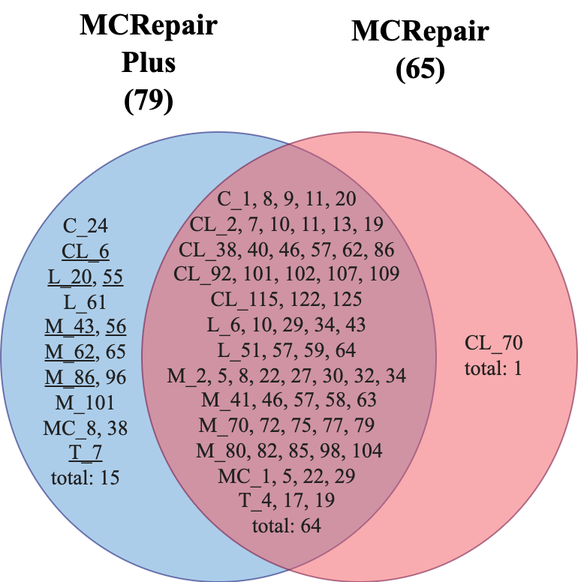
Above: figures/Figure16.png in kimjisung78/MCRepair-Plus-Plus (draw.io), before the change. Source tidied: cells renumbered, new cells last; positions are measured from the earlier drawing's top-left corner, leaving out a move shared by most shapes. The source it was exported from:
```xml
<mxGraphModel>
  <root>
    <mxCell id="0" />
    <mxCell id="1" parent="0" />
    <mxCell id="2" style="whiteSpace=wrap;html=1;rounded=1;shadow=0;glass=0;labelBackgroundColor=none;strokeColor=#000066;strokeWidth=1;fillColor=#5A9BD4;fontFamily=Helvetica;fontSize=16;align=left;opacity=50;spacing=15;fillStyle=auto;perimeter=rectanglePerimeter;fontColor=#ffffff;verticalAlign=top;ellipse;rotation=0;" parent="1" vertex="1">
      <mxGeometry y="86.5" width="290" height="300" as="geometry" />
    </mxCell>
    <mxCell id="3" value="&lt;font face=&quot;Times New Roman&quot; style=&quot;font-size: 20px;&quot;&gt;&lt;b style=&quot;font-size: 20px;&quot;&gt;MCRepair&lt;br&gt;Plus&lt;br&gt;(79)&lt;br&gt;&lt;/b&gt;&lt;/font&gt;" style="text;html=1;strokeColor=none;fillColor=none;align=center;verticalAlign=middle;whiteSpace=wrap;rounded=0;fontSize=20;" parent="1" vertex="1">
      <mxGeometry x="44" width="110" height="80" as="geometry" />
    </mxCell>
    <mxCell id="4" value="&lt;font face=&quot;Times New Roman&quot; style=&quot;font-size: 20px;&quot;&gt;&lt;b style=&quot;font-size: 20px;&quot;&gt;MCRepair&lt;br&gt;(65)&lt;br&gt;&lt;/b&gt;&lt;/font&gt;" style="text;html=1;strokeColor=none;fillColor=none;align=center;verticalAlign=top;whiteSpace=wrap;rounded=0;fontSize=20;dashed=1;strokeWidth=2;spacing=2;" parent="1" vertex="1">
      <mxGeometry x="225" width="110" height="80" as="geometry" />
    </mxCell>
    <mxCell id="5" value="&lt;span style=&quot;color: rgb(33, 33, 33); font-size: 14px; font-style: normal; font-variant-ligatures: normal; font-variant-caps: normal; font-weight: 400; letter-spacing: normal; orphans: 2; text-indent: 0px; text-transform: none; widows: 2; word-spacing: 0px; -webkit-text-stroke-width: 0px; text-decoration-thickness: initial; text-decoration-style: initial; text-decoration-color: initial; float: none; display: inline !important;&quot;&gt;C_24&lt;br&gt;&lt;u&gt;CL_6&lt;/u&gt;&lt;br&gt;&lt;u&gt;L_20&lt;/u&gt;, &lt;u&gt;55&lt;/u&gt;&lt;br&gt;L_61&lt;br&gt;&lt;u&gt;M_43&lt;/u&gt;, &lt;u&gt;56&lt;/u&gt;&lt;br&gt;&lt;u&gt;M_62&lt;/u&gt;, 65&lt;br&gt;&lt;u&gt;M_86&lt;/u&gt;, 96&lt;br&gt;M_101&lt;br&gt;MC_8, 38&lt;br&gt;&lt;u&gt;T_7&lt;/u&gt;&lt;br style=&quot;font-size: 14px;&quot;&gt;total: 15&lt;br style=&quot;font-size: 14px;&quot;&gt;&lt;/span&gt;" style="text;whiteSpace=wrap;html=1;fontSize=14;fontFamily=Times New Roman;fontColor=none;align=center;verticalAlign=middle;labelBackgroundColor=none;" parent="1" vertex="1">
      <mxGeometry x="7" y="198.8" width="100" height="70" as="geometry" />
    </mxCell>
    <mxCell id="6" style="whiteSpace=wrap;html=1;rounded=1;shadow=0;glass=0;labelBackgroundColor=none;strokeColor=#660033;strokeWidth=1;fillColor=#F15A60;fontFamily=Helvetica;fontSize=16;align=left;opacity=50;spacing=15;fillStyle=auto;perimeter=rectanglePerimeter;fontColor=#ffffff;verticalAlign=top;ellipse;rotation=0;" parent="1" vertex="1">
      <mxGeometry x="94" y="86.5" width="290" height="300" as="geometry" />
    </mxCell>
    <mxCell id="7" value="&lt;span style=&quot;color: rgb(33, 33, 33); font-size: 14px; font-style: normal; font-variant-ligatures: normal; font-variant-caps: normal; font-weight: 400; letter-spacing: normal; orphans: 2; text-indent: 0px; text-transform: none; widows: 2; word-spacing: 0px; -webkit-text-stroke-width: 0px; text-decoration-thickness: initial; text-decoration-style: initial; text-decoration-color: initial; float: none; display: inline !important;&quot;&gt;C_1, 8, 9, 11, 20&lt;br&gt;CL_2, 7, 10, 11, 13, 19&lt;br&gt;CL_38, 40, 46, 57, 62, 86&lt;br&gt;CL_92,&amp;nbsp;101, 102, 107, 109&lt;br&gt;CL_115, 122, 125&lt;br&gt;L_6, 10, 29, 34, 43&lt;br&gt;L_51, 57, 59, 64&lt;br&gt;M_2, 5, 8, 22, 27, 30, 32, 34&lt;br&gt;&amp;nbsp;M_41, 46, 57, 58, 63&lt;br&gt;M_70, 72, 75, 77, 79&lt;br&gt;&amp;nbsp;M_80, 82, 85, 98, 104&lt;br&gt;MC_1, 5, 22, 29 &lt;br&gt;T_4, 17, 19&lt;br style=&quot;font-size: 14px;&quot;&gt;&lt;span style=&quot;font-size: 14px;&quot;&gt;total: 64&lt;/span&gt;&lt;br style=&quot;font-size: 14px;&quot;&gt;&lt;/span&gt;" style="text;whiteSpace=wrap;html=1;fontFamily=Times New Roman;verticalAlign=middle;align=center;labelBackgroundColor=none;fontSize=14;" parent="1" vertex="1">
      <mxGeometry x="91" y="161" width="200" height="160" as="geometry" />
    </mxCell>
    <mxCell id="8" value="&lt;span style=&quot;color: rgb(33, 33, 33); font-size: 14px; font-style: normal; font-variant-ligatures: normal; font-variant-caps: normal; font-weight: 400; letter-spacing: normal; orphans: 2; text-indent: 0px; text-transform: none; widows: 2; word-spacing: 0px; -webkit-text-stroke-width: 0px; text-decoration-thickness: initial; text-decoration-style: initial; text-decoration-color: initial; float: none; display: inline !important;&quot;&gt;CL_70&lt;br style=&quot;font-size: 14px;&quot;&gt;&lt;span style=&quot;font-size: 14px;&quot;&gt;total: 1&lt;/span&gt;&lt;br style=&quot;font-size: 14px;&quot;&gt;&lt;/span&gt;" style="text;whiteSpace=wrap;html=1;fontFamily=Times New Roman;verticalAlign=middle;align=center;labelBackgroundColor=none;fontSize=14;" parent="1" vertex="1">
      <mxGeometry x="304" y="205.5" width="50" height="60" as="geometry" />
    </mxCell>
  </root>
</mxGraphModel>
```
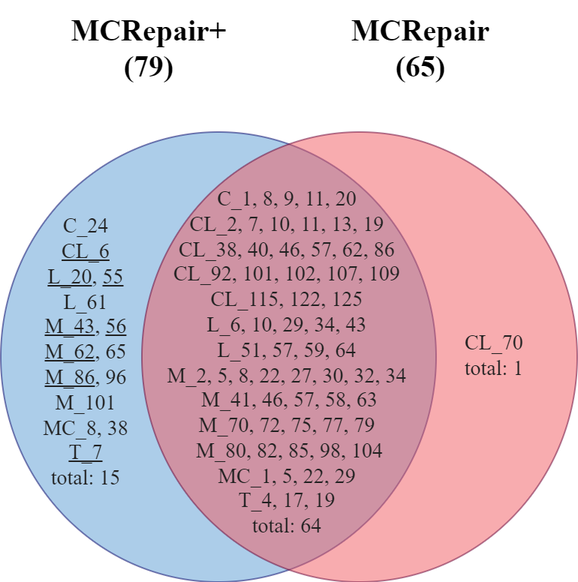
Above is the later version.

Commit message:
Change its figures and README.md

The edit, as a diff of the source:
```diff
@@ -5,7 +5,7 @@
     <mxCell id="2" style="whiteSpace=wrap;html=1;rounded=1;shadow=0;glass=0;labelBackgroundColor=none;strokeColor=#000066;strokeWidth=1;fillColor=#5A9BD4;fontFamily=Helvetica;fontSize=16;align=left;opacity=50;spacing=15;fillStyle=auto;perimeter=rectanglePerimeter;fontColor=#ffffff;verticalAlign=top;ellipse;rotation=0;" parent="1" vertex="1">
       <mxGeometry y="86.5" width="290" height="300" as="geometry" />
     </mxCell>
-    <mxCell id="3" value="&lt;font face=&quot;Times New Roman&quot; style=&quot;font-size: 20px;&quot;&gt;&lt;b style=&quot;font-size: 20px;&quot;&gt;MCRepair&lt;br&gt;Plus&lt;br&gt;(79)&lt;br&gt;&lt;/b&gt;&lt;/font&gt;" style="text;html=1;strokeColor=none;fillColor=none;align=center;verticalAlign=middle;whiteSpace=wrap;rounded=0;fontSize=20;" parent="1" vertex="1">
+    <mxCell id="3" value="&lt;font face=&quot;Times New Roman&quot; style=&quot;font-size: 20px;&quot;&gt;&lt;b style=&quot;font-size: 20px;&quot;&gt;MCRepair+&lt;br&gt;(79)&lt;br&gt;&lt;/b&gt;&lt;/font&gt;" style="text;html=1;strokeColor=none;fillColor=none;align=center;verticalAlign=top;whiteSpace=wrap;rounded=0;fontSize=20;" parent="1" vertex="1">
       <mxGeometry x="44" width="110" height="80" as="geometry" />
     </mxCell>
     <mxCell id="4" value="&lt;font face=&quot;Times New Roman&quot; style=&quot;font-size: 20px;&quot;&gt;&lt;b style=&quot;font-size: 20px;&quot;&gt;MCRepair&lt;br&gt;(65)&lt;br&gt;&lt;/b&gt;&lt;/font&gt;" style="text;html=1;strokeColor=none;fillColor=none;align=center;verticalAlign=top;whiteSpace=wrap;rounded=0;fontSize=20;dashed=1;strokeWidth=2;spacing=2;" parent="1" vertex="1">
```
